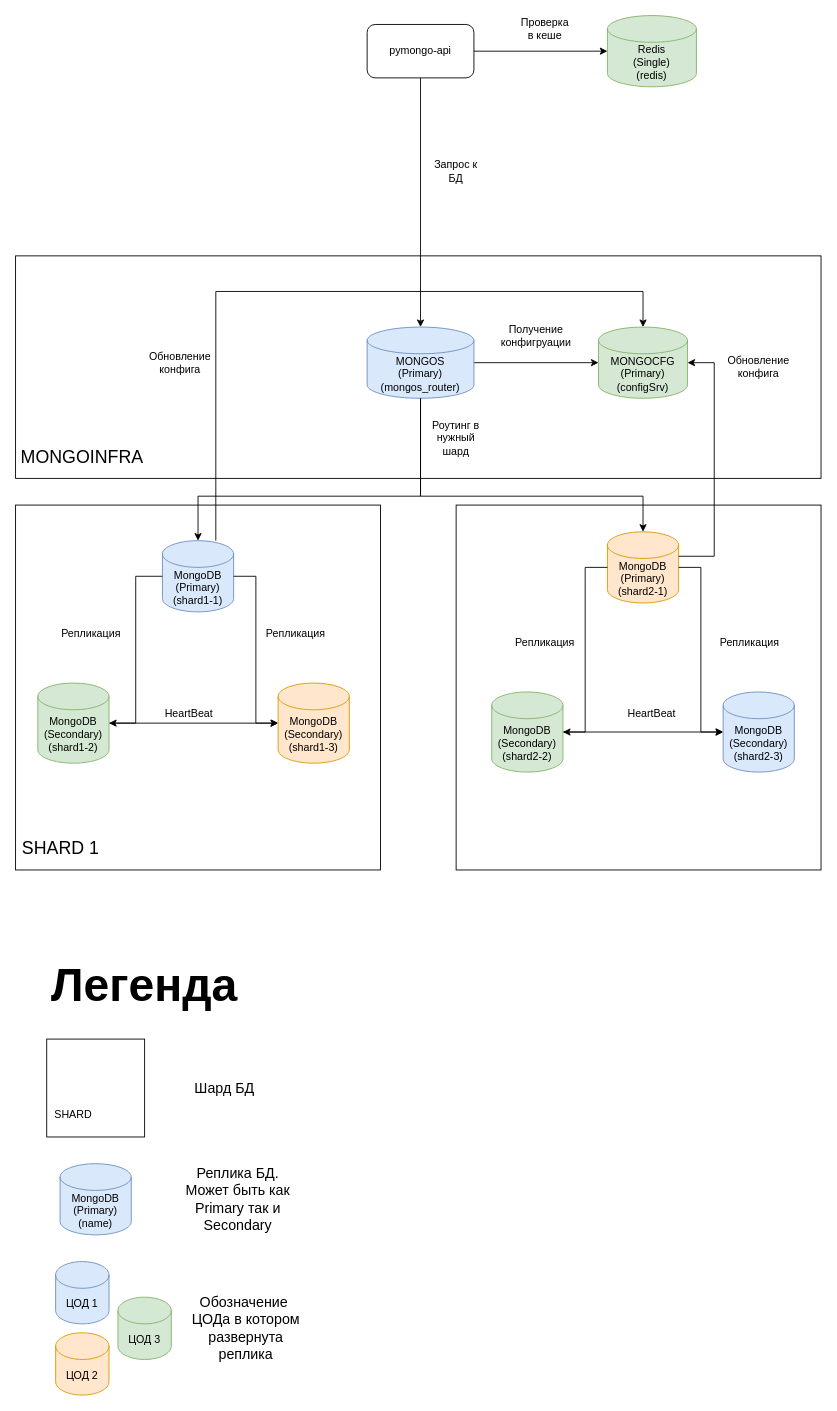
This is assets/task1.drawio from AlexVolkow/architecture-sprint-2, a draw.io file, before an edit. Source tidied: cells renumbered, new cells numbered last; positions are measured from the earlier drawing's top-left corner, leaving out a move shared by most shapes. Both pictures are drawn from the tidied source at 89%, with x=0, y=0 at pixel (15, 15).
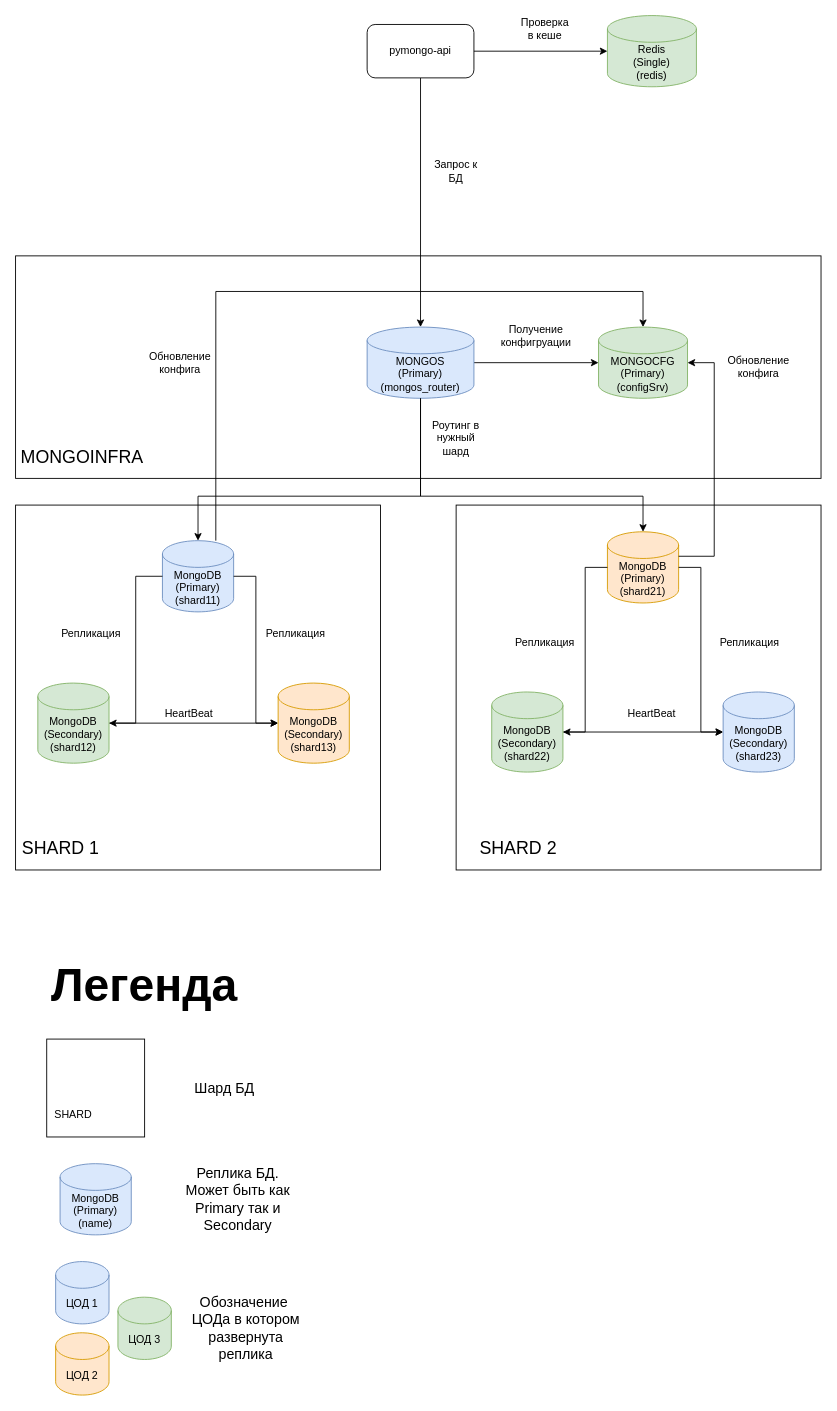
The same diagram, later.

Commit message (it also covers changes not shown here):
Обновил схему

What changed in the source:
```diff
@@
-    <mxCell id="6" value="MongoDB&lt;br&gt;(Primary)&lt;br&gt;(shard1-1)" style="shape=cylinder3;whiteSpace=wrap;html=1;boundedLbl=1;backgroundOutline=1;size=15;fillColor=#dae8fc;strokeColor=#6c8ebf;" parent="1" vertex="1">
+    <mxCell id="6" value="MongoDB&lt;br&gt;(Primary)&lt;br&gt;(shard11)" style="shape=cylinder3;whiteSpace=wrap;html=1;boundedLbl=1;backgroundOutline=1;size=15;fillColor=#dae8fc;strokeColor=#6c8ebf;" parent="1" vertex="1">
       <mxGeometry x="165" y="590" width="80" height="80" as="geometry" />
     </mxCell>
@@
-    <mxCell id="10" value="MongoDB&lt;br&gt;(Secondary)&lt;br&gt;(shard1-2)" style="shape=cylinder3;whiteSpace=wrap;html=1;boundedLbl=1;backgroundOutline=1;size=15;fillColor=#d5e8d4;strokeColor=#82b366;" parent="1" vertex="1">
+    <mxCell id="10" value="MongoDB&lt;br&gt;(Secondary)&lt;br&gt;(shard12)" style="shape=cylinder3;whiteSpace=wrap;html=1;boundedLbl=1;backgroundOutline=1;size=15;fillColor=#d5e8d4;strokeColor=#82b366;" parent="1" vertex="1">
       <mxGeometry x="25" y="750" width="80" height="90" as="geometry" />
     </mxCell>
-    <mxCell id="11" value="MongoDB&lt;br&gt;(Secondary)&lt;div&gt;(shard1-3)&lt;/div&gt;" style="shape=cylinder3;whiteSpace=wrap;html=1;boundedLbl=1;backgroundOutline=1;size=15;fillColor=#ffe6cc;strokeColor=#d79b00;" parent="1" vertex="1">
+    <mxCell id="11" value="MongoDB&lt;br&gt;(Secondary)&lt;div&gt;(shard13)&lt;/div&gt;" style="shape=cylinder3;whiteSpace=wrap;html=1;boundedLbl=1;backgroundOutline=1;size=15;fillColor=#ffe6cc;strokeColor=#d79b00;" parent="1" vertex="1">
       <mxGeometry x="295" y="750" width="80" height="90" as="geometry" />
     </mxCell>
@@
-    <mxCell id="17" value="MongoDB&lt;br&gt;(Primary)&lt;br&gt;(shard2-1)" style="shape=cylinder3;whiteSpace=wrap;html=1;boundedLbl=1;backgroundOutline=1;size=15;fillColor=#ffe6cc;strokeColor=#d79b00;" parent="1" vertex="1">
+    <mxCell id="17" value="MongoDB&lt;br&gt;(Primary)&lt;br&gt;(shard21)" style="shape=cylinder3;whiteSpace=wrap;html=1;boundedLbl=1;backgroundOutline=1;size=15;fillColor=#ffe6cc;strokeColor=#d79b00;" parent="1" vertex="1">
       <mxGeometry x="665" y="580" width="80" height="80" as="geometry" />
     </mxCell>
@@
-    <mxCell id="19" value="MongoDB&lt;br&gt;(Secondary)&lt;br&gt;(shard2-2)" style="shape=cylinder3;whiteSpace=wrap;html=1;boundedLbl=1;backgroundOutline=1;size=15;fillColor=#d5e8d4;strokeColor=#82b366;" parent="1" vertex="1">
+    <mxCell id="19" value="MongoDB&lt;br&gt;(Secondary)&lt;br&gt;(shard22)" style="shape=cylinder3;whiteSpace=wrap;html=1;boundedLbl=1;backgroundOutline=1;size=15;fillColor=#d5e8d4;strokeColor=#82b366;" parent="1" vertex="1">
       <mxGeometry x="535" y="760" width="80" height="90" as="geometry" />
     </mxCell>
-    <mxCell id="20" value="MongoDB&lt;br&gt;(Secondary)&lt;br&gt;(shard2-3)" style="shape=cylinder3;whiteSpace=wrap;html=1;boundedLbl=1;backgroundOutline=1;size=15;fillColor=#dae8fc;strokeColor=#6c8ebf;" parent="1" vertex="1">
+    <mxCell id="20" value="MongoDB&lt;br&gt;(Secondary)&lt;br&gt;(shard23)" style="shape=cylinder3;whiteSpace=wrap;html=1;boundedLbl=1;backgroundOutline=1;size=15;fillColor=#dae8fc;strokeColor=#6c8ebf;" parent="1" vertex="1">
       <mxGeometry x="795" y="760" width="80" height="90" as="geometry" />
     </mxCell>
@@
+    <mxCell id="51" value="&lt;span style=&quot;font-size: 20px;&quot;&gt;SHARD 2&lt;/span&gt;" style="text;html=1;align=center;verticalAlign=middle;whiteSpace=wrap;rounded=0;" parent="1" vertex="1">
+      <mxGeometry x="515" y="920" width="100" height="30" as="geometry" />
+    </mxCell>
```
